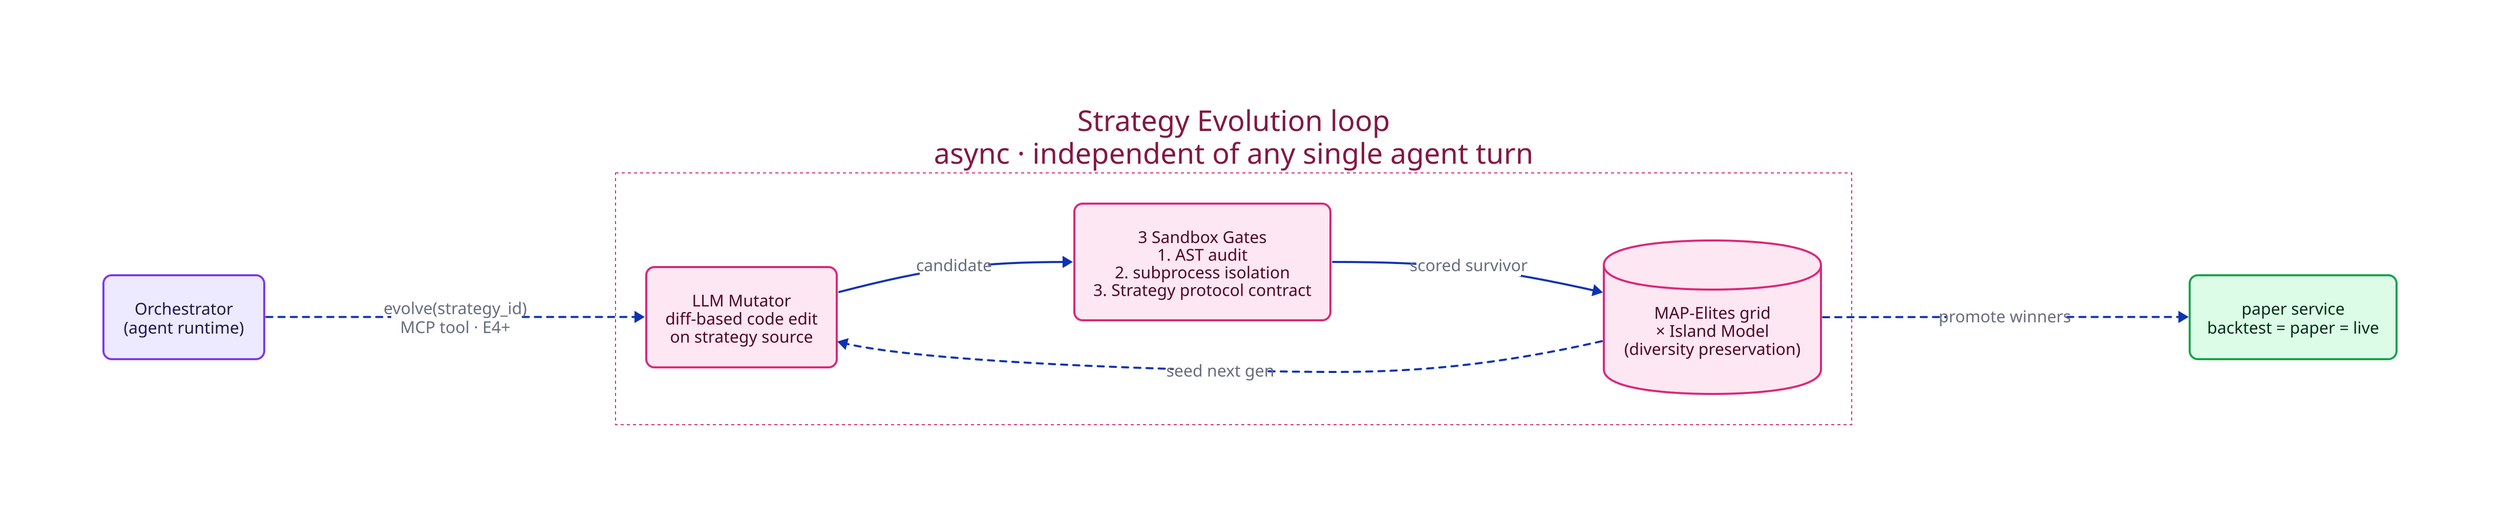
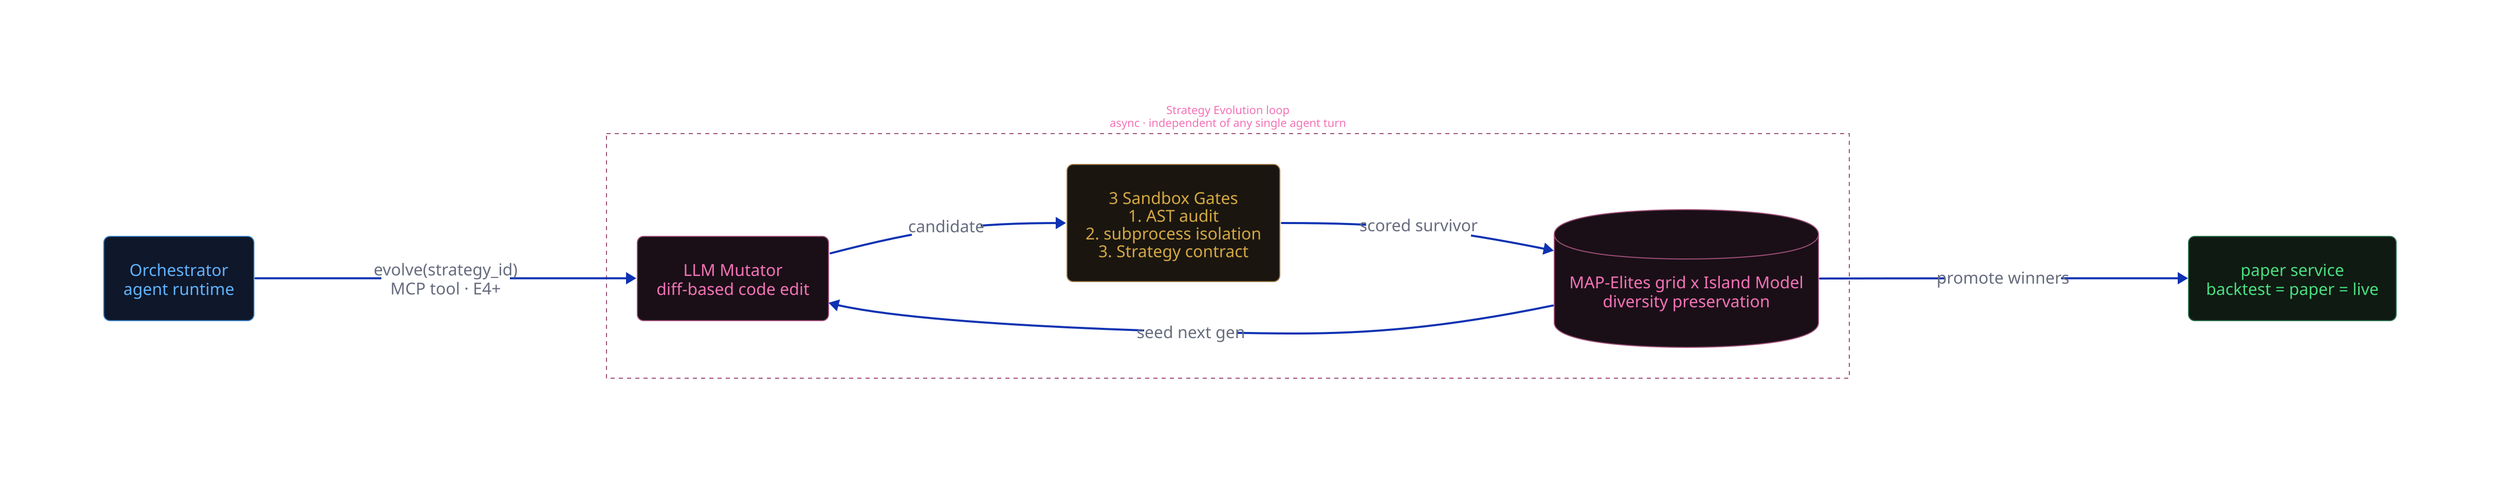
# Inalpha · Strategy Evolution loop (ADR-0020)
- # Generate via:
- #   d2 assets/strategy-evolution.d2 assets/strategy-evolution.svg --theme 0 --pad 30
+ # Style: dark terminal, hairline borders, DESIGN.md color tokens
+ #
+ # Regenerate:
+ #   d2 --theme=0 --pad=28 assets/strategy-evolution.d2 assets/strategy-evolution.svg

direction: right

classes: {
-   agent: {
+   orch: {
    style: {
-       fill: "#ede9fe"
-       stroke: "#7c3aed"
-       font-color: "#1e1b4b"
-       border-radius: 8
+       stroke: "#3a7fc2"; stroke-width: 1
+       fill: "#0f172a"; font-color: "#5fb3ff"
+       border-radius: 6
    }
  }
-   tool: {
+   paper: {
    style: {
-       fill: "#dcfce7"
-       stroke: "#16a34a"
-       font-color: "#052e16"
-       border-radius: 8
+       stroke: "#2d6e4e"; stroke-width: 1
+       fill: "#0f1a12"; font-color: "#4ade80"
+       border-radius: 6
    }
  }
  evo: {
    style: {
-       fill: "#fce7f3"
-       stroke: "#db2777"
-       font-color: "#500724"
-       border-radius: 8
+       stroke: "#9e4f78"; stroke-width: 1
+       fill: "#1a0f17"; font-color: "#f472b6"
+       border-radius: 6
+     }
+   }
+   gate: {
+     style: {
+       stroke: "#9e7b4b"; stroke-width: 1
+       fill: "#1a160f"; font-color: "#d4a744"
+       border-radius: 6
+     }
+   }
+   loop: {
+     style: {
+       stroke: "#9e4f78"; stroke-width: 1; stroke-dash: 4
+       fill: "transparent"; font-color: "#f472b6"; font-size: 11
    }
  }
}

- orch: "Orchestrator\n(agent runtime)" { class: agent }
+ orch: "Orchestrator\nagent runtime" { class: orch }

loop: "Strategy Evolution loop\nasync · independent of any single agent turn" {
-   style: {
-     fill: "transparent"
-     stroke: "#db2777"
-     stroke-width: 1
-     stroke-dash: 3
-     font-color: "#831843"
-   }
+   class: loop

-   mutator: "LLM Mutator\ndiff-based code edit\non strategy source" { class: evo }
+   mutator: "LLM Mutator\ndiff-based code edit" { class: evo }

-   sbox: "3 Sandbox Gates\n1. AST audit\n2. subprocess isolation\n3. Strategy protocol contract" { class: evo }
+   sbox: "3 Sandbox Gates\n1. AST audit\n2. subprocess isolation\n3. Strategy contract" { class: gate }

-   mape: "MAP-Elites grid\n× Island Model\n(diversity preservation)" {
+   mape: "MAP-Elites grid x Island Model\ndiversity preservation" {
    class: evo
    shape: cylinder
  }

  mutator -> sbox: "candidate"
-   sbox -> mape: "scored survivor"
-   mape -> mutator: "seed next gen" { style.stroke-dash: 3 }
+   sbox -> mape:    "scored survivor"
+   mape -> mutator: "seed next gen"
}

- paper: "paper service\nbacktest = paper = live" { class: tool }
+ paper: "paper service\nbacktest = paper = live" { class: paper }

- orch -> loop.mutator: "evolve(strategy_id)\nMCP tool · E4+" { style.stroke-dash: 3 }
- loop.mape -> paper: "promote winners" { style.stroke-dash: 3 }
+ orch -> loop.mutator: "evolve(strategy_id)\nMCP tool · E4+"
+ loop.mape -> paper:   "promote winners"
